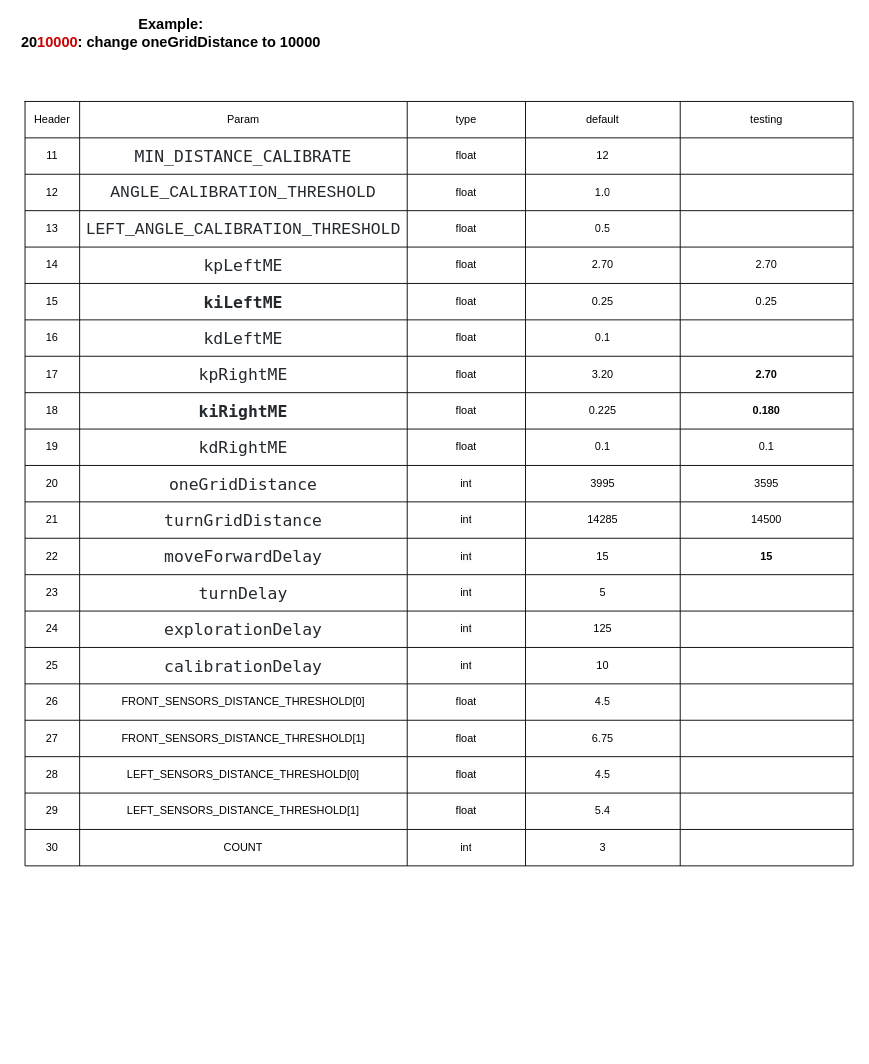
Earlier version of the draw.io diagram doc/Testing_Headers.drawio (yewhengg/CZ3004-MDP-Arduino). Source tidied: cells renumbered, new cells numbered last; positions are measured from the earlier drawing's top-left corner, leaving out a move shared by most shapes. Both pictures are drawn from the tidied source at 91%, with x=0, y=0 at pixel (15, 19).
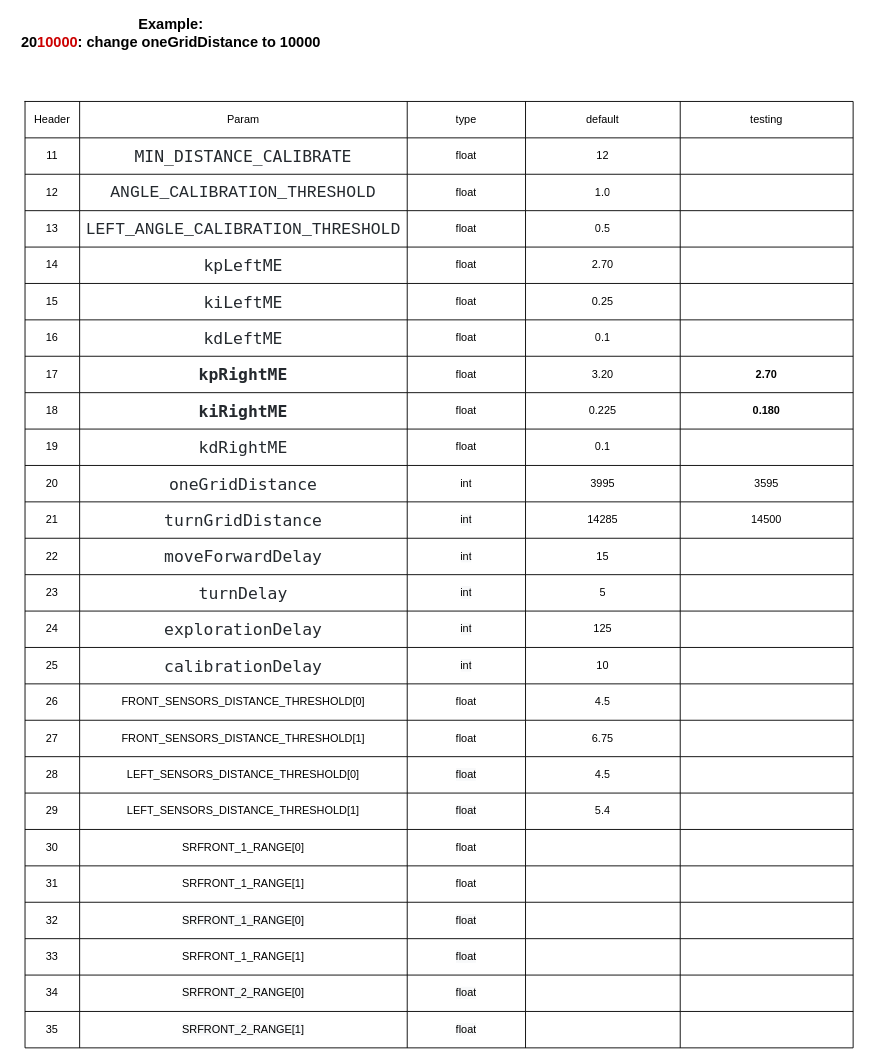
The same page after the edit.

Unchanged cells that the change refers to:
```xml
<mxCell id="27" style="shape=partialRectangle;html=1;whiteSpace=wrap;fillColor=none;top=0;left=0;bottom=0;right=0;" parent="2" vertex="1">
  <mxGeometry y="160" width="910" height="40" as="geometry" />
</mxCell>
<mxCell id="33" style="shape=partialRectangle;html=1;whiteSpace=wrap;fillColor=none;top=0;left=0;bottom=0;right=0;" parent="2" vertex="1">
  <mxGeometry y="200" width="910" height="40" as="geometry" />
</mxCell>
<mxCell id="45" style="shape=partialRectangle;html=1;whiteSpace=wrap;fillColor=none;top=0;left=0;bottom=0;right=0;" parent="2" vertex="1">
  <mxGeometry y="280" width="910" height="40" as="geometry" />
</mxCell>
<mxCell id="57" style="shape=partialRectangle;html=1;whiteSpace=wrap;fillColor=none;top=0;left=0;bottom=0;right=0;" parent="2" vertex="1">
  <mxGeometry y="360" width="910" height="40" as="geometry" />
</mxCell>
<mxCell id="75" style="shape=partialRectangle;html=1;whiteSpace=wrap;fillColor=none;top=0;left=0;bottom=0;right=0;" parent="2" vertex="1">
  <mxGeometry y="480" width="910" height="40" as="geometry" />
</mxCell>
<mxCell id="123" style="shape=partialRectangle;html=1;whiteSpace=wrap;fillColor=none;top=0;left=0;bottom=0;right=0;" parent="2" vertex="1">
  <mxGeometry y="800" width="910" height="40" as="geometry" />
</mxCell>
```

Change to the diagram source:
```diff
@@
     <mxCell id="2" style="shape=table;html=1;whiteSpace=wrap;startSize=0;childLayout=tableLayout;" parent="1" vertex="1">
-      <mxGeometry x="10" y="90" width="910" height="840" as="geometry" />
+      <mxGeometry x="10" y="90" width="910" height="1040" as="geometry" />
     </mxCell>
@@
-    <mxCell id="32" value="2.70" style="shape=partialRectangle;html=1;whiteSpace=wrap;overflow=hidden;fillColor=none;top=0;left=0;bottom=0;right=0;" parent="27" vertex="1">
+    <mxCell id="32" style="shape=partialRectangle;html=1;whiteSpace=wrap;overflow=hidden;fillColor=none;top=0;left=0;bottom=0;right=0;" parent="27" vertex="1">
       <mxGeometry x="720" width="190" height="40" as="geometry" />
     </mxCell>
@@
-    <mxCell id="35" value="&lt;div style=&quot;color: rgb(36 , 41 , 46) ; background-color: rgb(255 , 255 , 255) ; font-family: &amp;#34;menlo&amp;#34; , &amp;#34;monaco&amp;#34; , &amp;#34;courier new&amp;#34; , monospace ; font-size: 18px ; line-height: 27px&quot;&gt;&lt;b&gt;kiLeftME&lt;/b&gt;&lt;/div&gt;" style="shape=partialRectangle;html=1;whiteSpace=wrap;overflow=hidden;fillColor=none;top=0;left=0;bottom=0;right=0;" parent="33" vertex="1">
+    <mxCell id="35" value="&lt;div style=&quot;color: rgb(36 , 41 , 46) ; background-color: rgb(255 , 255 , 255) ; font-family: &amp;#34;menlo&amp;#34; , &amp;#34;monaco&amp;#34; , &amp;#34;courier new&amp;#34; , monospace ; font-size: 18px ; line-height: 27px&quot;&gt;kiLeftME&lt;/div&gt;" style="shape=partialRectangle;html=1;whiteSpace=wrap;overflow=hidden;fillColor=none;top=0;left=0;bottom=0;right=0;" parent="33" vertex="1">
       <mxGeometry x="60" width="360" height="40" as="geometry" />
     </mxCell>
@@
-    <mxCell id="38" value="0.25" style="shape=partialRectangle;html=1;whiteSpace=wrap;overflow=hidden;fillColor=none;top=0;left=0;bottom=0;right=0;" parent="33" vertex="1">
+    <mxCell id="38" style="shape=partialRectangle;html=1;whiteSpace=wrap;overflow=hidden;fillColor=none;top=0;left=0;bottom=0;right=0;" parent="33" vertex="1">
       <mxGeometry x="720" width="190" height="40" as="geometry" />
     </mxCell>
@@
-    <mxCell id="47" value="&lt;div style=&quot;color: rgb(36 , 41 , 46) ; background-color: rgb(255 , 255 , 255) ; font-family: &amp;#34;menlo&amp;#34; , &amp;#34;monaco&amp;#34; , &amp;#34;courier new&amp;#34; , monospace ; font-size: 18px ; line-height: 27px&quot;&gt;kpRightME&lt;/div&gt;" style="shape=partialRectangle;html=1;whiteSpace=wrap;overflow=hidden;fillColor=none;top=0;left=0;bottom=0;right=0;" parent="45" vertex="1">
+    <mxCell id="47" value="&lt;div style=&quot;color: rgb(36 , 41 , 46) ; background-color: rgb(255 , 255 , 255) ; font-family: &amp;#34;menlo&amp;#34; , &amp;#34;monaco&amp;#34; , &amp;#34;courier new&amp;#34; , monospace ; font-size: 18px ; line-height: 27px&quot;&gt;&lt;b&gt;kpRightME&lt;/b&gt;&lt;/div&gt;" style="shape=partialRectangle;html=1;whiteSpace=wrap;overflow=hidden;fillColor=none;top=0;left=0;bottom=0;right=0;" parent="45" vertex="1">
       <mxGeometry x="60" width="360" height="40" as="geometry" />
     </mxCell>
@@
-    <mxCell id="62" value="0.1" style="shape=partialRectangle;html=1;whiteSpace=wrap;overflow=hidden;fillColor=none;top=0;left=0;bottom=0;right=0;" parent="57" vertex="1">
+    <mxCell id="62" style="shape=partialRectangle;html=1;whiteSpace=wrap;overflow=hidden;fillColor=none;top=0;left=0;bottom=0;right=0;" parent="57" vertex="1">
       <mxGeometry x="720" width="190" height="40" as="geometry" />
     </mxCell>
@@
-    <mxCell id="80" value="&lt;b&gt;15&lt;/b&gt;" style="shape=partialRectangle;html=1;whiteSpace=wrap;overflow=hidden;fillColor=none;top=0;left=0;bottom=0;right=0;" parent="75" vertex="1">
+    <mxCell id="80" style="shape=partialRectangle;html=1;whiteSpace=wrap;overflow=hidden;fillColor=none;top=0;left=0;bottom=0;right=0;" parent="75" vertex="1">
       <mxGeometry x="720" width="190" height="40" as="geometry" />
     </mxCell>
@@
-    <mxCell id="125" value="COUNT" style="shape=partialRectangle;html=1;whiteSpace=wrap;overflow=hidden;fillColor=none;top=0;left=0;bottom=0;right=0;" parent="123" vertex="1">
-      <mxGeometry x="60" width="360" height="40" as="geometry" />
-    </mxCell>
-    <mxCell id="126" value="int" style="shape=partialRectangle;html=1;whiteSpace=wrap;overflow=hidden;fillColor=none;top=0;left=0;bottom=0;right=0;" parent="123" vertex="1">
-      <mxGeometry x="420" width="130" height="40" as="geometry" />
-    </mxCell>
-    <mxCell id="127" value="3" style="shape=partialRectangle;html=1;whiteSpace=wrap;overflow=hidden;fillColor=none;top=0;left=0;bottom=0;right=0;" parent="123" vertex="1">
-      <mxGeometry x="550" width="170" height="40" as="geometry" />
-    </mxCell>
-    <mxCell id="128" style="shape=partialRectangle;html=1;whiteSpace=wrap;overflow=hidden;fillColor=none;top=0;left=0;bottom=0;right=0;" parent="123" vertex="1">
-      <mxGeometry x="720" width="190" height="40" as="geometry" />
-    </mxCell>
+    <mxCell id="130" value="SRFRONT_1_RANGE[0]" style="shape=partialRectangle;html=1;whiteSpace=wrap;overflow=hidden;fillColor=none;top=0;left=0;bottom=0;right=0;" parent="123" vertex="1">
+      <mxGeometry x="60" width="360" height="40" as="geometry" />
+    </mxCell>
+    <mxCell id="131" value="float" style="shape=partialRectangle;html=1;whiteSpace=wrap;overflow=hidden;fillColor=none;top=0;left=0;bottom=0;right=0;" parent="123" vertex="1">
+      <mxGeometry x="420" width="130" height="40" as="geometry" />
+    </mxCell>
+    <mxCell id="132" style="shape=partialRectangle;html=1;whiteSpace=wrap;overflow=hidden;fillColor=none;top=0;left=0;bottom=0;right=0;" parent="123" vertex="1">
+      <mxGeometry x="550" width="170" height="40" as="geometry" />
+    </mxCell>
+    <mxCell id="133" style="shape=partialRectangle;html=1;whiteSpace=wrap;overflow=hidden;fillColor=none;top=0;left=0;bottom=0;right=0;" parent="123" vertex="1">
+      <mxGeometry x="720" width="190" height="40" as="geometry" />
+    </mxCell>
+    <mxCell id="134" style="shape=partialRectangle;html=1;whiteSpace=wrap;fillColor=none;top=0;left=0;bottom=0;right=0;" parent="2" vertex="1">
+      <mxGeometry y="840" width="910" height="40" as="geometry" />
+    </mxCell>
+    <mxCell id="135" value="31" style="shape=partialRectangle;html=1;whiteSpace=wrap;overflow=hidden;fillColor=none;top=0;left=0;bottom=0;right=0;" parent="134" vertex="1">
+      <mxGeometry width="60" height="40" as="geometry" />
+    </mxCell>
+    <mxCell id="136" value="SRFRONT_1_RANGE[1]" style="shape=partialRectangle;html=1;whiteSpace=wrap;overflow=hidden;fillColor=none;top=0;left=0;bottom=0;right=0;" parent="134" vertex="1">
+      <mxGeometry x="60" width="360" height="40" as="geometry" />
+    </mxCell>
+    <mxCell id="137" value="float" style="shape=partialRectangle;html=1;whiteSpace=wrap;overflow=hidden;fillColor=none;top=0;left=0;bottom=0;right=0;" parent="134" vertex="1">
+      <mxGeometry x="420" width="130" height="40" as="geometry" />
+    </mxCell>
+    <mxCell id="138" style="shape=partialRectangle;html=1;whiteSpace=wrap;overflow=hidden;fillColor=none;top=0;left=0;bottom=0;right=0;" parent="134" vertex="1">
+      <mxGeometry x="550" width="170" height="40" as="geometry" />
+    </mxCell>
+    <mxCell id="139" style="shape=partialRectangle;html=1;whiteSpace=wrap;overflow=hidden;fillColor=none;top=0;left=0;bottom=0;right=0;" parent="134" vertex="1">
+      <mxGeometry x="720" width="190" height="40" as="geometry" />
+    </mxCell>
+    <mxCell id="140" style="shape=partialRectangle;html=1;whiteSpace=wrap;fillColor=none;top=0;left=0;bottom=0;right=0;" parent="2" vertex="1">
+      <mxGeometry y="880" width="910" height="40" as="geometry" />
+    </mxCell>
+    <mxCell id="141" value="32" style="shape=partialRectangle;html=1;whiteSpace=wrap;overflow=hidden;fillColor=none;top=0;left=0;bottom=0;right=0;" parent="140" vertex="1">
+      <mxGeometry width="60" height="40" as="geometry" />
+    </mxCell>
+    <mxCell id="142" value="&lt;span style=&quot;color: rgb(0, 0, 0); font-family: helvetica; font-size: 12px; font-style: normal; font-weight: 400; letter-spacing: normal; text-align: center; text-indent: 0px; text-transform: none; word-spacing: 0px; background-color: rgb(248, 249, 250); display: inline; float: none;&quot;&gt;SRFRONT_1_RANGE[0]&lt;/span&gt;" style="shape=partialRectangle;html=1;whiteSpace=wrap;overflow=hidden;fillColor=none;top=0;left=0;bottom=0;right=0;" parent="140" vertex="1">
+      <mxGeometry x="60" width="360" height="40" as="geometry" />
+    </mxCell>
+    <mxCell id="143" value="&lt;span style=&quot;color: rgb(0, 0, 0); font-family: helvetica; font-size: 12px; font-style: normal; font-weight: 400; letter-spacing: normal; text-align: center; text-indent: 0px; text-transform: none; word-spacing: 0px; background-color: rgb(248, 249, 250); display: inline; float: none;&quot;&gt;float&lt;/span&gt;" style="shape=partialRectangle;html=1;whiteSpace=wrap;overflow=hidden;fillColor=none;top=0;left=0;bottom=0;right=0;" parent="140" vertex="1">
+      <mxGeometry x="420" width="130" height="40" as="geometry" />
+    </mxCell>
+    <mxCell id="144" style="shape=partialRectangle;html=1;whiteSpace=wrap;overflow=hidden;fillColor=none;top=0;left=0;bottom=0;right=0;" parent="140" vertex="1">
+      <mxGeometry x="550" width="170" height="40" as="geometry" />
+    </mxCell>
+    <mxCell id="145" style="shape=partialRectangle;html=1;whiteSpace=wrap;overflow=hidden;fillColor=none;top=0;left=0;bottom=0;right=0;" parent="140" vertex="1">
+      <mxGeometry x="720" width="190" height="40" as="geometry" />
+    </mxCell>
+    <mxCell id="146" style="shape=partialRectangle;html=1;whiteSpace=wrap;fillColor=none;top=0;left=0;bottom=0;right=0;" parent="2" vertex="1">
+      <mxGeometry y="920" width="910" height="40" as="geometry" />
+    </mxCell>
+    <mxCell id="147" value="33" style="shape=partialRectangle;html=1;whiteSpace=wrap;overflow=hidden;fillColor=none;top=0;left=0;bottom=0;right=0;" parent="146" vertex="1">
+      <mxGeometry width="60" height="40" as="geometry" />
+    </mxCell>
+    <mxCell id="148" value="&lt;span&gt;SRFRONT_1_RANGE[1]&lt;/span&gt;" style="shape=partialRectangle;html=1;whiteSpace=wrap;overflow=hidden;fillColor=none;top=0;left=0;bottom=0;right=0;" parent="146" vertex="1">
+      <mxGeometry x="60" width="360" height="40" as="geometry" />
+    </mxCell>
+    <mxCell id="149" value="&lt;span style=&quot;color: rgb(0, 0, 0); font-family: helvetica; font-size: 12px; font-style: normal; font-weight: 400; letter-spacing: normal; text-align: center; text-indent: 0px; text-transform: none; word-spacing: 0px; background-color: rgb(248, 249, 250); display: inline; float: none;&quot;&gt;float&lt;/span&gt;" style="shape=partialRectangle;html=1;whiteSpace=wrap;overflow=hidden;fillColor=none;top=0;left=0;bottom=0;right=0;" parent="146" vertex="1">
+      <mxGeometry x="420" width="130" height="40" as="geometry" />
+    </mxCell>
+    <mxCell id="150" style="shape=partialRectangle;html=1;whiteSpace=wrap;overflow=hidden;fillColor=none;top=0;left=0;bottom=0;right=0;" parent="146" vertex="1">
+      <mxGeometry x="550" width="170" height="40" as="geometry" />
+    </mxCell>
+    <mxCell id="151" style="shape=partialRectangle;html=1;whiteSpace=wrap;overflow=hidden;fillColor=none;top=0;left=0;bottom=0;right=0;" parent="146" vertex="1">
+      <mxGeometry x="720" width="190" height="40" as="geometry" />
+    </mxCell>
+    <mxCell id="152" style="shape=partialRectangle;html=1;whiteSpace=wrap;fillColor=none;top=0;left=0;bottom=0;right=0;" parent="2" vertex="1">
+      <mxGeometry y="960" width="910" height="40" as="geometry" />
+    </mxCell>
+    <mxCell id="153" value="34" style="shape=partialRectangle;html=1;whiteSpace=wrap;overflow=hidden;fillColor=none;top=0;left=0;bottom=0;right=0;" parent="152" vertex="1">
+      <mxGeometry width="60" height="40" as="geometry" />
+    </mxCell>
+    <mxCell id="154" value="&lt;span style=&quot;color: rgb(0 , 0 , 0) ; font-family: &amp;#34;helvetica&amp;#34; ; font-size: 12px ; font-style: normal ; font-weight: 400 ; letter-spacing: normal ; text-align: center ; text-indent: 0px ; text-transform: none ; word-spacing: 0px ; background-color: rgb(248 , 249 , 250) ; display: inline ; float: none&quot;&gt;SRFRONT_2_RANGE[0]&lt;/span&gt;" style="shape=partialRectangle;html=1;whiteSpace=wrap;overflow=hidden;fillColor=none;top=0;left=0;bottom=0;right=0;" parent="152" vertex="1">
+      <mxGeometry x="60" width="360" height="40" as="geometry" />
+    </mxCell>
+    <mxCell id="155" value="&lt;span style=&quot;color: rgb(0, 0, 0); font-family: helvetica; font-size: 12px; font-style: normal; font-weight: 400; letter-spacing: normal; text-align: center; text-indent: 0px; text-transform: none; word-spacing: 0px; background-color: rgb(248, 249, 250); display: inline; float: none;&quot;&gt;float&lt;/span&gt;" style="shape=partialRectangle;html=1;whiteSpace=wrap;overflow=hidden;fillColor=none;top=0;left=0;bottom=0;right=0;" parent="152" vertex="1">
+      <mxGeometry x="420" width="130" height="40" as="geometry" />
+    </mxCell>
+    <mxCell id="156" style="shape=partialRectangle;html=1;whiteSpace=wrap;overflow=hidden;fillColor=none;top=0;left=0;bottom=0;right=0;" parent="152" vertex="1">
+      <mxGeometry x="550" width="170" height="40" as="geometry" />
+    </mxCell>
+    <mxCell id="157" style="shape=partialRectangle;html=1;whiteSpace=wrap;overflow=hidden;fillColor=none;top=0;left=0;bottom=0;right=0;" parent="152" vertex="1">
+      <mxGeometry x="720" width="190" height="40" as="geometry" />
+    </mxCell>
+    <mxCell id="158" style="shape=partialRectangle;html=1;whiteSpace=wrap;fillColor=none;top=0;left=0;bottom=0;right=0;" parent="2" vertex="1">
+      <mxGeometry y="1000" width="910" height="40" as="geometry" />
+    </mxCell>
+    <mxCell id="159" value="35" style="shape=partialRectangle;html=1;whiteSpace=wrap;overflow=hidden;fillColor=none;top=0;left=0;bottom=0;right=0;" parent="158" vertex="1">
+      <mxGeometry width="60" height="40" as="geometry" />
+    </mxCell>
+    <mxCell id="160" value="&lt;span style=&quot;color: rgb(0 , 0 , 0) ; font-family: &amp;#34;helvetica&amp;#34; ; font-size: 12px ; font-style: normal ; font-weight: 400 ; letter-spacing: normal ; text-align: center ; text-indent: 0px ; text-transform: none ; word-spacing: 0px ; background-color: rgb(248 , 249 , 250) ; display: inline ; float: none&quot;&gt;SRFRONT_2_RANGE[1]&lt;/span&gt;" style="shape=partialRectangle;html=1;whiteSpace=wrap;overflow=hidden;fillColor=none;top=0;left=0;bottom=0;right=0;" parent="158" vertex="1">
+      <mxGeometry x="60" width="360" height="40" as="geometry" />
+    </mxCell>
+    <mxCell id="161" value="&lt;span style=&quot;color: rgb(0, 0, 0); font-family: helvetica; font-size: 12px; font-style: normal; font-weight: 400; letter-spacing: normal; text-align: center; text-indent: 0px; text-transform: none; word-spacing: 0px; background-color: rgb(248, 249, 250); display: inline; float: none;&quot;&gt;float&lt;/span&gt;" style="shape=partialRectangle;html=1;whiteSpace=wrap;overflow=hidden;fillColor=none;top=0;left=0;bottom=0;right=0;" parent="158" vertex="1">
+      <mxGeometry x="420" width="130" height="40" as="geometry" />
+    </mxCell>
+    <mxCell id="162" style="shape=partialRectangle;html=1;whiteSpace=wrap;overflow=hidden;fillColor=none;top=0;left=0;bottom=0;right=0;" parent="158" vertex="1">
+      <mxGeometry x="550" width="170" height="40" as="geometry" />
+    </mxCell>
+    <mxCell id="163" style="shape=partialRectangle;html=1;whiteSpace=wrap;overflow=hidden;fillColor=none;top=0;left=0;bottom=0;right=0;" parent="158" vertex="1">
+      <mxGeometry x="720" width="190" height="40" as="geometry" />
+    </mxCell>
```
